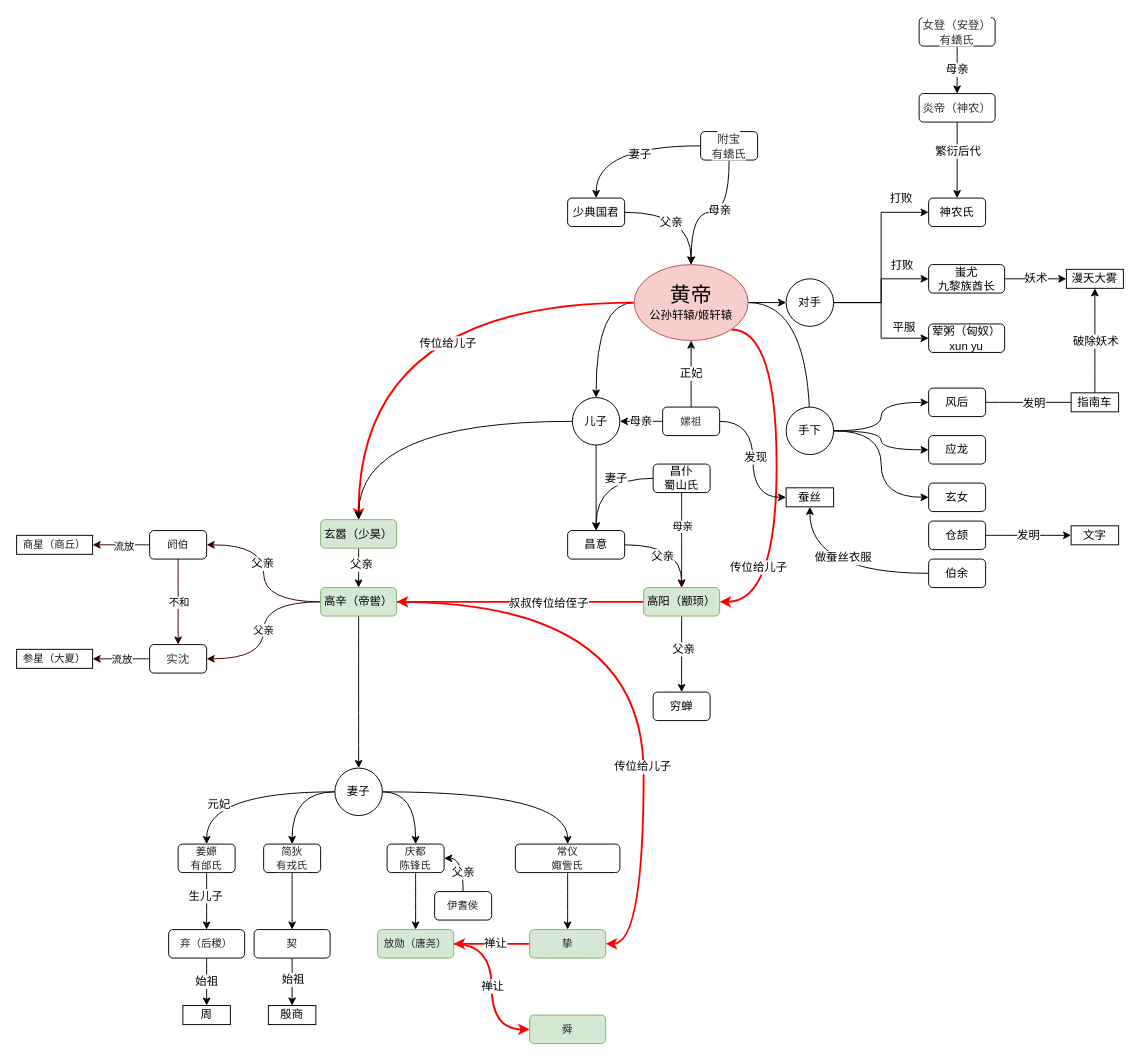
The draw.io diagram 黄帝.drawio in littlebeer/drawio, before the edit. Source tidied: cells renumbered, new cells numbered last; positions are measured from the earlier drawing's top-left corner, leaving out a move shared by most shapes. Both pictures are drawn from the tidied source at 95%, with x=0, y=0 at pixel (16, 17).
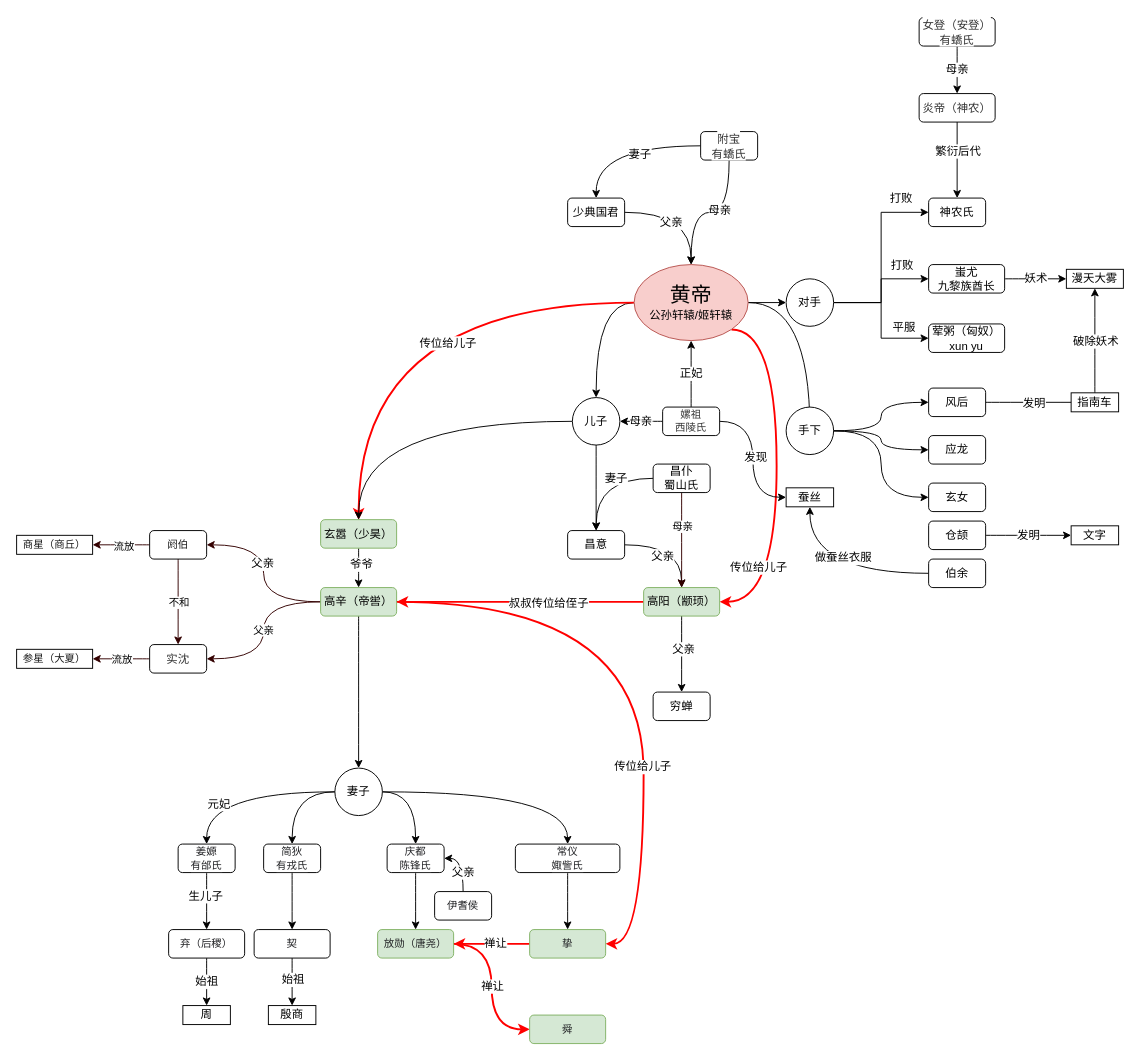
The same page after the edit.

Unchanged cells that the change refers to:
```xml
<mxCell id="62" style="edgeStyle=orthogonalEdgeStyle;curved=1;rounded=0;jettySize=auto;html=1;fontSize=12;" parent="1" edge="1" source="64" target="73">
  <mxGeometry relative="1" as="geometry" />
</mxCell>
```

Change to the diagram source:
```diff
@@
-    <mxCell id="54" value="&lt;span style=&quot;color: rgb(51, 51, 51); font-family: arial; font-size: 11px; background-color: rgb(255, 255, 255);&quot;&gt;嫘祖&lt;/span&gt;" style="rounded=1;whiteSpace=wrap;html=1;fontSize=11;" parent="1" vertex="1">
+    <mxCell id="54" value="&lt;span style=&quot;color: rgb(51 , 51 , 51) ; font-family: &amp;#34;arial&amp;#34; ; font-size: 11px ; background-color: rgb(255 , 255 , 255)&quot;&gt;嫘祖&lt;br&gt;西陵氏&lt;br&gt;&lt;/span&gt;" style="rounded=1;whiteSpace=wrap;html=1;fontSize=11;" parent="1" vertex="1">
       <mxGeometry x="680" y="410" width="60" height="30" as="geometry" />
     </mxCell>
@@
-    <mxCell id="63" value="父亲" style="edgeLabel;html=1;align=center;verticalAlign=middle;fontSize=12;" parent="62" vertex="1">
+    <mxCell id="63" value="爷爷" style="edgeLabel;html=1;align=center;verticalAlign=middle;fontSize=12;" parent="62" vertex="1">
       <mxGeometry x="-0.18" y="2" relative="1" as="geometry" />
     </mxCell>
```
